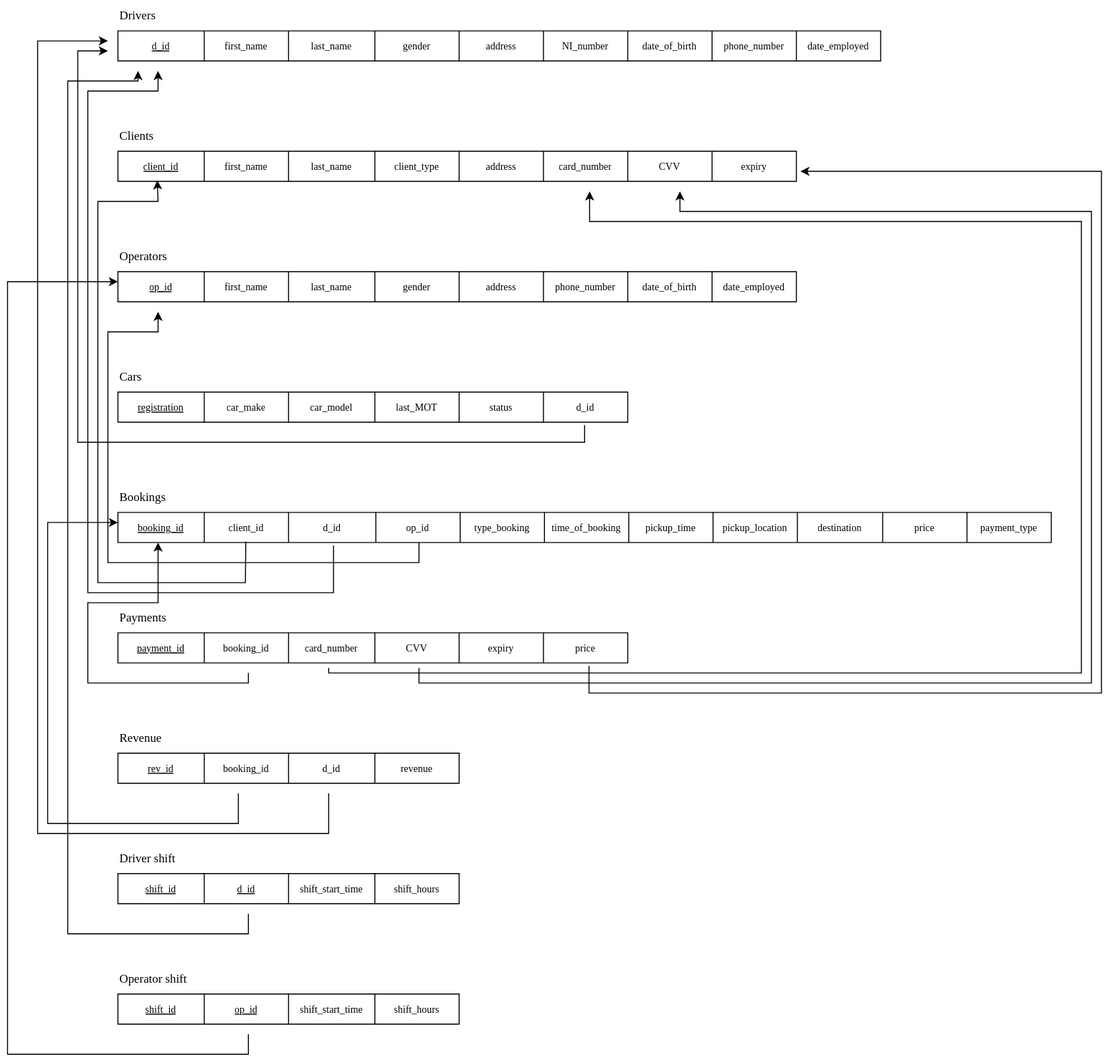
The draw.io diagram Relational_Schema.svg in Nexros7/Cab_Management_System, before a commit. Source tidied: cells renumbered, new cells last; positions are measured from the earlier drawing's top-left corner, leaving out a move shared by most shapes.
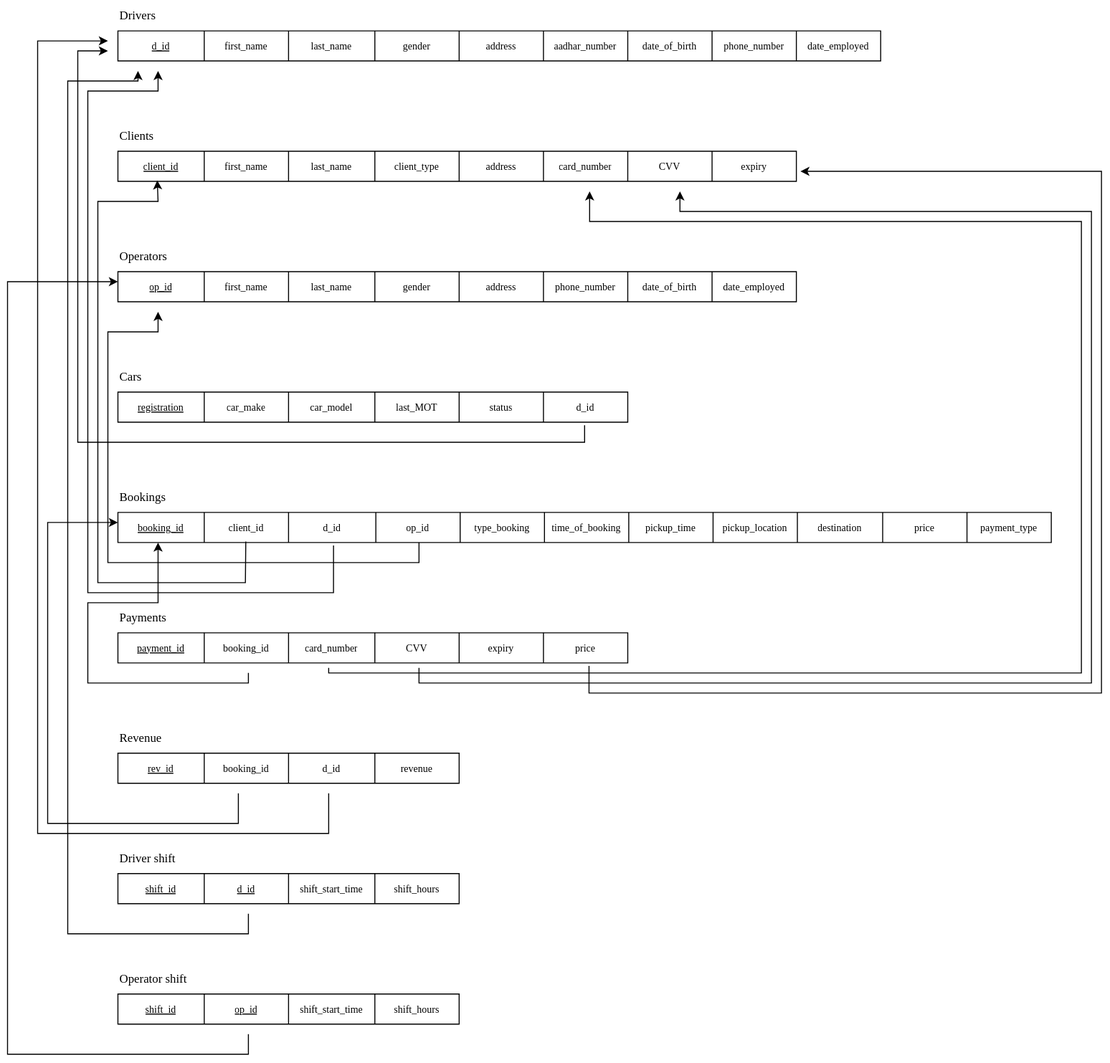
After the commit.

Commit message:
Changed NI_number to aadhar_number

What changed in the source:
```diff
@@ -26,7 +26,7 @@
     <mxCell id="9" value="address" style="shape=partialRectangle;html=1;whiteSpace=wrap;strokeColor=inherit;overflow=hidden;fillColor=none;top=0;left=0;bottom=0;right=0;fontFamily=Lucida Console;fontSize=10;" parent="4" vertex="1">
       <mxGeometry x="340" width="84" height="30" as="geometry" />
     </mxCell>
-    <mxCell id="10" value="NI_number" style="shape=partialRectangle;html=1;whiteSpace=wrap;strokeColor=inherit;overflow=hidden;fillColor=none;top=0;left=0;bottom=0;right=0;fontFamily=Lucida Console;fontSize=10;" parent="4" vertex="1">
+    <mxCell id="10" value="aadhar_number" style="shape=partialRectangle;html=1;whiteSpace=wrap;strokeColor=inherit;overflow=hidden;fillColor=none;top=0;left=0;bottom=0;right=0;fontFamily=Lucida Console;fontSize=10;" parent="4" vertex="1">
       <mxGeometry x="424" width="84" height="30" as="geometry" />
     </mxCell>
     <mxCell id="11" value="date_of_birth" style="shape=partialRectangle;html=1;whiteSpace=wrap;strokeColor=inherit;overflow=hidden;fillColor=none;top=0;left=0;bottom=0;right=0;fontFamily=Lucida Console;fontSize=10;" parent="4" vertex="1">
```
